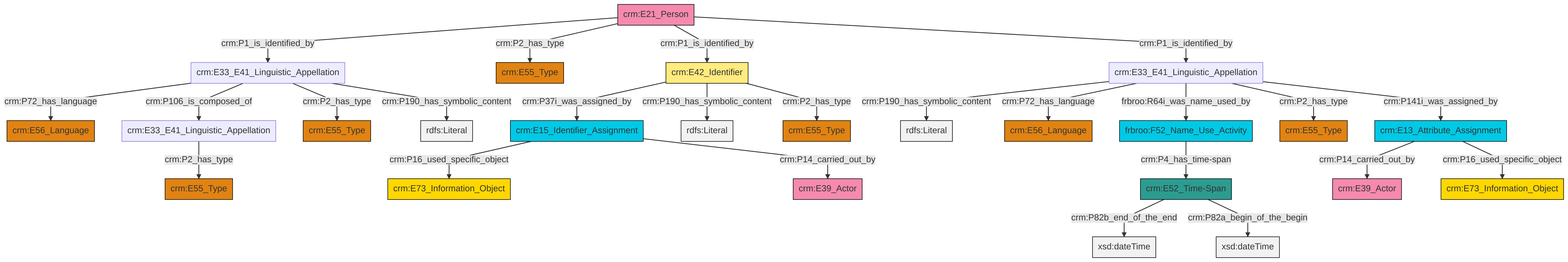
Above: et/personCSV/ttl/mmd/png/Person_Names_and_Classification.png in swiss-art-research-net/docs.swissartresearch (Mermaid), before the change. Its source is kept beside it as et/personCSV/ttl/mmd/Person_Names_and_Classification.ttl.mmd.
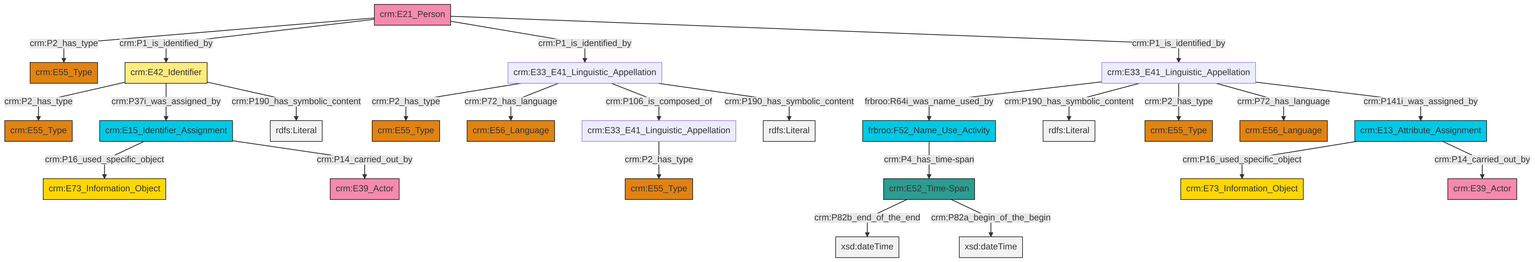
The same file after the commit.

Diff of the diagram source:
```diff
@@ -13,27 +13,27 @@
 classDef PC_Classes fill:#4ce600, stroke:#000000;
 classDef Multi fill:#cccccc,stroke:#000000;
 
-2["crm:E33_E41_Linguistic_Appellation"]:::Default -->|crm:P72_has_language| 3["crm:E56_Language"]:::Type
-4["crm:E33_E41_Linguistic_Appellation"]:::Default -->|crm:P190_has_symbolic_content| 5[rdfs:Literal]:::Literal
-6["crm:E21_Person"]:::Actor -->|crm:P1_is_identified_by| 2["crm:E33_E41_Linguistic_Appellation"]:::Default
-7["frbroo:F52_Name_Use_Activity"]:::Temporal_Entity -->|crm:P4_has_time-span| 8["crm:E52_Time-Span"]:::Time-Span
-4["crm:E33_E41_Linguistic_Appellation"]:::Default -->|crm:P72_has_language| 9["crm:E56_Language"]:::Type
-10["crm:E42_Identifier"]:::Appellation -->|crm:P37i_was_assigned_by| 11["crm:E15_Identifier_Assignment"]:::Temporal_Entity
-4["crm:E33_E41_Linguistic_Appellation"]:::Default -->|frbroo:R64i_was_name_used_by| 7["frbroo:F52_Name_Use_Activity"]:::Temporal_Entity
-4["crm:E33_E41_Linguistic_Appellation"]:::Default -->|crm:P2_has_type| 13["crm:E55_Type"]:::Type
-11["crm:E15_Identifier_Assignment"]:::Temporal_Entity -->|crm:P16_used_specific_object| 14["crm:E73_Information_Object"]:::Conceptual_Object
-10["crm:E42_Identifier"]:::Appellation -->|crm:P190_has_symbolic_content| 15[rdfs:Literal]:::Literal
-10["crm:E42_Identifier"]:::Appellation -->|crm:P2_has_type| 16["crm:E55_Type"]:::Type
-11["crm:E15_Identifier_Assignment"]:::Temporal_Entity -->|crm:P14_carried_out_by| 19["crm:E39_Actor"]:::Actor
-6["crm:E21_Person"]:::Actor -->|crm:P2_has_type| 0["crm:E55_Type"]:::Type
-2["crm:E33_E41_Linguistic_Appellation"]:::Default -->|crm:P106_is_composed_of| 17["crm:E33_E41_Linguistic_Appellation"]:::Default
-2["crm:E33_E41_Linguistic_Appellation"]:::Default -->|crm:P2_has_type| 26["crm:E55_Type"]:::Type
-8["crm:E52_Time-Span"]:::Time-Span -->|crm:P82b_end_of_the_end| 28[xsd:dateTime]:::Literal
-23["crm:E13_Attribute_Assignment"]:::Temporal_Entity -->|crm:P14_carried_out_by| 20["crm:E39_Actor"]:::Actor
-2["crm:E33_E41_Linguistic_Appellation"]:::Default -->|crm:P190_has_symbolic_content| 32[rdfs:Literal]:::Literal
-17["crm:E33_E41_Linguistic_Appellation"]:::Default -->|crm:P2_has_type| 29["crm:E55_Type"]:::Type
-4["crm:E33_E41_Linguistic_Appellation"]:::Default -->|crm:P141i_was_assigned_by| 23["crm:E13_Attribute_Assignment"]:::Temporal_Entity
-6["crm:E21_Person"]:::Actor -->|crm:P1_is_identified_by| 10["crm:E42_Identifier"]:::Appellation
-8["crm:E52_Time-Span"]:::Time-Span -->|crm:P82a_begin_of_the_begin| 44[xsd:dateTime]:::Literal
-23["crm:E13_Attribute_Assignment"]:::Temporal_Entity -->|crm:P16_used_specific_object| 33["crm:E73_Information_Object"]:::Conceptual_Object
-6["crm:E21_Person"]:::Actor -->|crm:P1_is_identified_by| 4["crm:E33_E41_Linguistic_Appellation"]:::Default
+0["crm:E21_Person"]:::Actor -->|crm:P2_has_type| 2["crm:E55_Type"]:::Type
+9["crm:E15_Identifier_Assignment"]:::Temporal_Entity -->|crm:P16_used_specific_object| 10["crm:E73_Information_Object"]:::Conceptual_Object
+11["crm:E42_Identifier"]:::Appellation -->|crm:P2_has_type| 12["crm:E55_Type"]:::Type
+13["crm:E33_E41_Linguistic_Appellation"]:::Default -->|crm:P2_has_type| 14["crm:E55_Type"]:::Type
+5["crm:E33_E41_Linguistic_Appellation"]:::Default -->|frbroo:R64i_was_name_used_by| 3["frbroo:F52_Name_Use_Activity"]:::Temporal_Entity
+13["crm:E33_E41_Linguistic_Appellation"]:::Default -->|crm:P72_has_language| 15["crm:E56_Language"]:::Type
+13["crm:E33_E41_Linguistic_Appellation"]:::Default -->|crm:P106_is_composed_of| 18["crm:E33_E41_Linguistic_Appellation"]:::Default
+11["crm:E42_Identifier"]:::Appellation -->|crm:P37i_was_assigned_by| 9["crm:E15_Identifier_Assignment"]:::Temporal_Entity
+13["crm:E33_E41_Linguistic_Appellation"]:::Default -->|crm:P190_has_symbolic_content| 23[rdfs:Literal]:::Literal
+24["crm:E13_Attribute_Assignment"]:::Temporal_Entity -->|crm:P16_used_specific_object| 7["crm:E73_Information_Object"]:::Conceptual_Object
+25["crm:E52_Time-Span"]:::Time-Span -->|crm:P82b_end_of_the_end| 26[xsd:dateTime]:::Literal
+5["crm:E33_E41_Linguistic_Appellation"]:::Default -->|crm:P190_has_symbolic_content| 27[rdfs:Literal]:::Literal
+18["crm:E33_E41_Linguistic_Appellation"]:::Default -->|crm:P2_has_type| 28["crm:E55_Type"]:::Type
+3["frbroo:F52_Name_Use_Activity"]:::Temporal_Entity -->|crm:P4_has_time-span| 25["crm:E52_Time-Span"]:::Time-Span
+9["crm:E15_Identifier_Assignment"]:::Temporal_Entity -->|crm:P14_carried_out_by| 16["crm:E39_Actor"]:::Actor
+0["crm:E21_Person"]:::Actor -->|crm:P1_is_identified_by| 11["crm:E42_Identifier"]:::Appellation
+0["crm:E21_Person"]:::Actor -->|crm:P1_is_identified_by| 13["crm:E33_E41_Linguistic_Appellation"]:::Default
+5["crm:E33_E41_Linguistic_Appellation"]:::Default -->|crm:P2_has_type| 38["crm:E55_Type"]:::Type
+25["crm:E52_Time-Span"]:::Time-Span -->|crm:P82a_begin_of_the_begin| 41[xsd:dateTime]:::Literal
+24["crm:E13_Attribute_Assignment"]:::Temporal_Entity -->|crm:P14_carried_out_by| 19["crm:E39_Actor"]:::Actor
+5["crm:E33_E41_Linguistic_Appellation"]:::Default -->|crm:P72_has_language| 29["crm:E56_Language"]:::Type
+5["crm:E33_E41_Linguistic_Appellation"]:::Default -->|crm:P141i_was_assigned_by| 24["crm:E13_Attribute_Assignment"]:::Temporal_Entity
+0["crm:E21_Person"]:::Actor -->|crm:P1_is_identified_by| 5["crm:E33_E41_Linguistic_Appellation"]:::Default
+11["crm:E42_Identifier"]:::Appellation -->|crm:P190_has_symbolic_content| 46[rdfs:Literal]:::Literal
```
